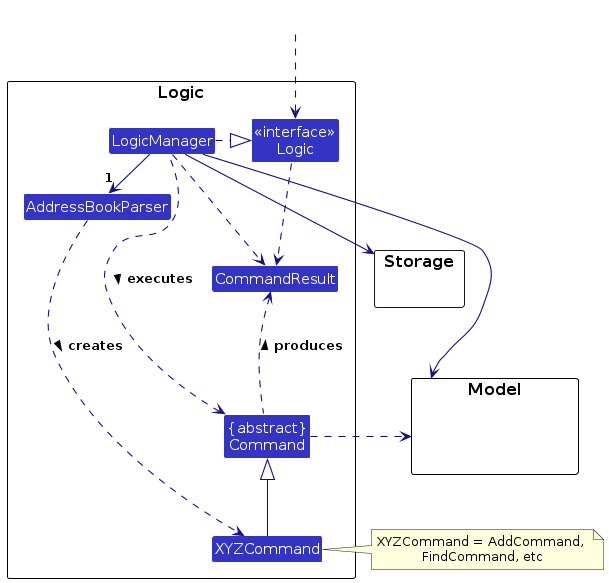
The PlantUML diagram diagrams/LogicClassDiagram.png in zhonghan721/tp, before a commit. Its source is kept beside it as diagrams/LogicClassDiagram.puml. Its diagram source:
```plantuml
@startuml
!include style.puml
skinparam arrowThickness 1.1
skinparam arrowColor LOGIC_COLOR_T4
skinparam classBackgroundColor LOGIC_COLOR

package Logic as LogicPackage {

Class AddressBookParser
Class XYZCommand
Class CommandResult
Class "{abstract}\nCommand" as Command


Class "<<interface>>\nLogic" as Logic
Class LogicManager
}

package Model {
Class HiddenModel #FFFFFF
}

package Storage {
}

Class HiddenOutside #FFFFFF
HiddenOutside ..> Logic

LogicManager .right.|> Logic
LogicManager -right->"1" AddressBookParser
AddressBookParser ..> XYZCommand : creates >

XYZCommand -up-|> Command
LogicManager .left.> Command : executes >

LogicManager --> Model
LogicManager --> Storage
Storage --[hidden] Model
Command .[hidden]up.> Storage
Command .right.> Model
note right of XYZCommand: XYZCommand = AddCommand, \nFindCommand, etc

Logic ..> CommandResult
LogicManager .down.> CommandResult
Command .up.> CommandResult : produces >
@enduml
```
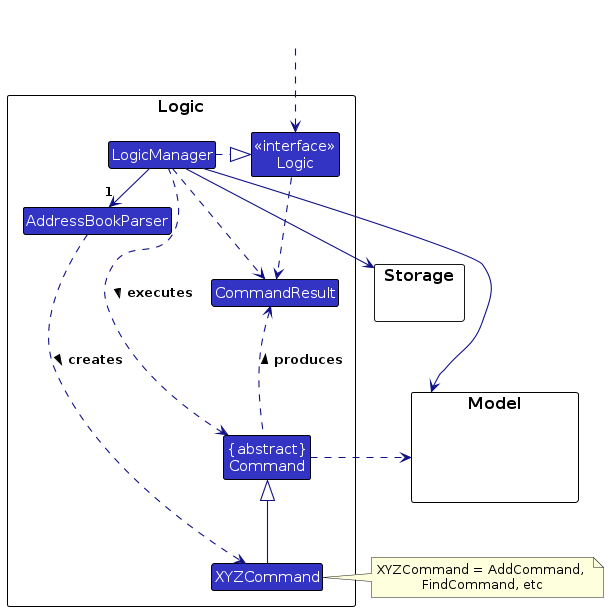
Above is the later version.

The edit, as a diff of the source:
```diff
@@ -17,13 +17,13 @@
 }
 
 package Model {
-Class HiddenModel #FFFFFF
+Class HiddenModel<<HIDDEN>> #FFFFFF
 }
 
 package Storage {
 }
 
-Class HiddenOutside #FFFFFF
+Class HiddenOutside<<HIDDEN>> #FFFFFF
 HiddenOutside ..> Logic
 
 LogicManager .right.|> Logic
```
